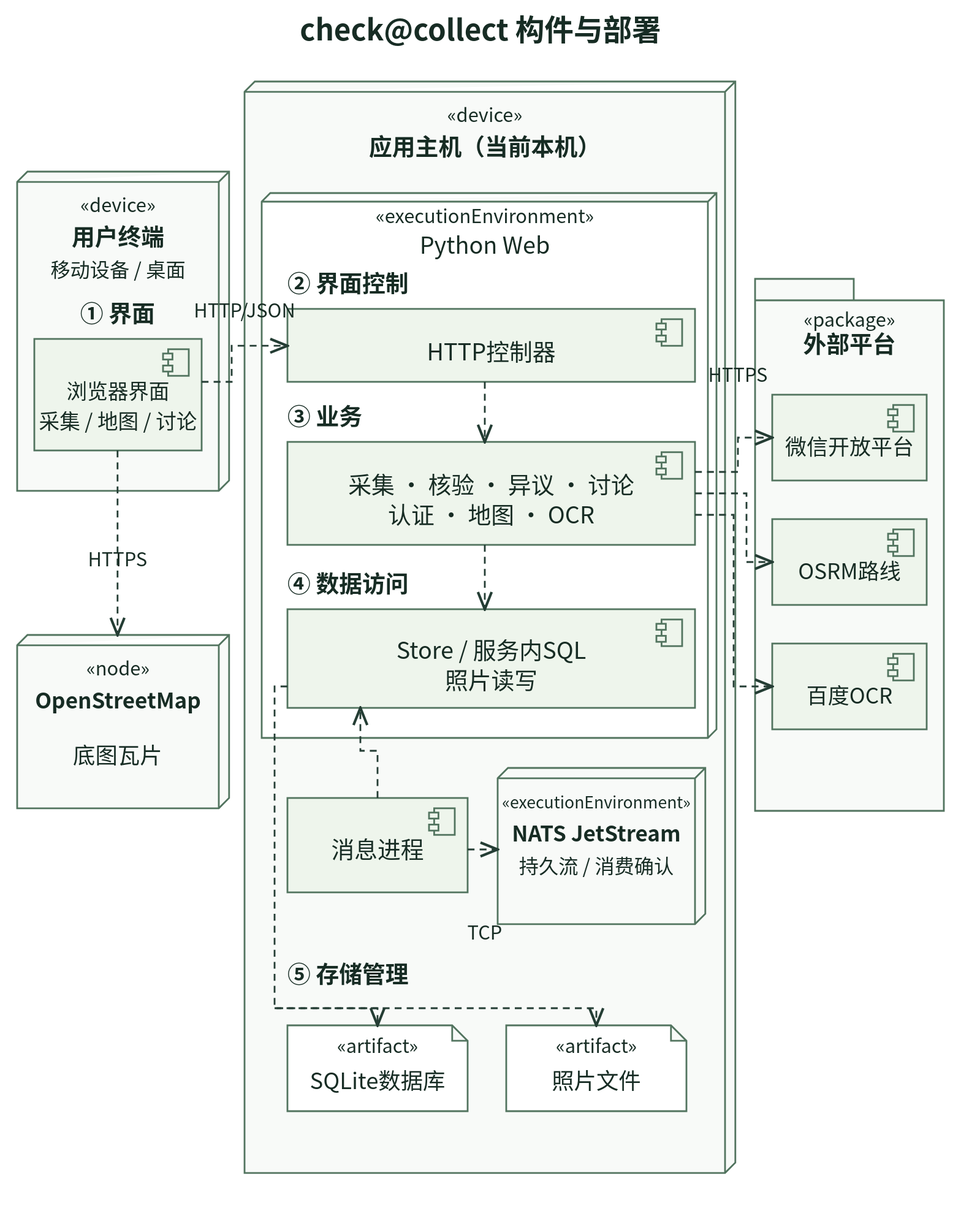
This is docs/diagrams/system-components.svg from Florian-yang/mapqc-sadp-practice, a PlantUML export, as it was before one commit. Its source is kept beside it as docs/diagrams/system-components.puml.
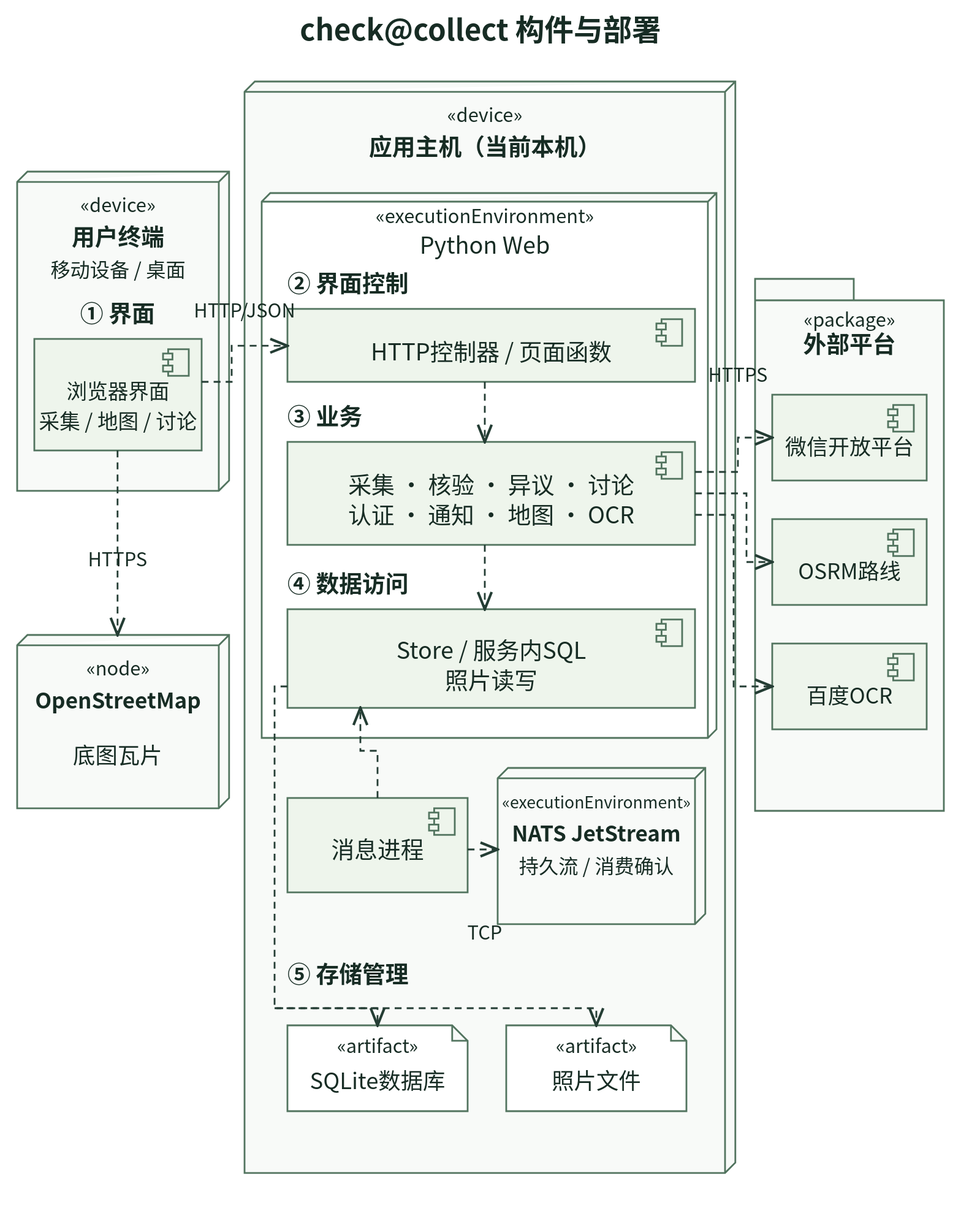
The same file after the commit.

What changed in the source:
```diff
@@ -11,10 +11,10 @@
 node "应用主机（当前本机）" <<device>> {
   node "Python Web" <<executionEnvironment>> {
     package "② 界面控制" {
-      component "HTTP控制器" as HTTP
+      component "HTTP控制器 / 页面函数" as HTTP
     }
     package "③ 业务" {
-      component "采集 / 核验 / 异议 / 讨论\n认证 / 地图 / OCR" as Business
+      component "采集 / 核验 / 异议 / 讨论\n认证 / 通知 / 地图 / OCR" as Business
     }
     package "④ 数据访问" {
       component "Store / 服务内SQL / 照片读写" as Access
```
